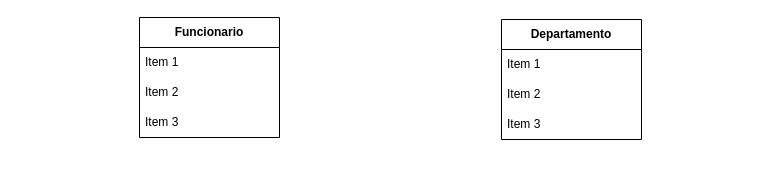
Earlier version of the draw.io diagram BancoDados1/diagramas/XYZ.drawio (jhosephethierry/cursopython). Source tidied: cells renumbered, new cells numbered last; positions are measured from the earlier drawing's top-left corner, leaving out a move shared by most shapes. Both pictures are drawn from the tidied source at 100%, with x=0, y=0 at pixel (139, 17).
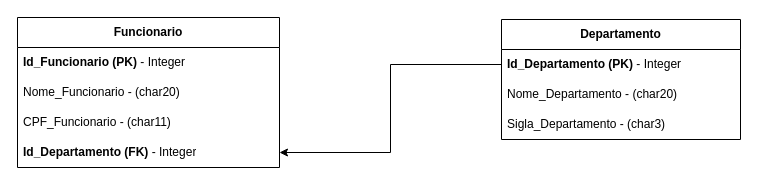
The same page after the edit.

Change to the diagram source:
```diff
@@
 <mxGraphModel>
   <root>
     <mxCell id="0" />
     <mxCell id="1" parent="0" />
     <mxCell id="2" value="&lt;b&gt;Funcionario&lt;/b&gt;" style="swimlane;fontStyle=0;horizontal=1;startSize=30;whiteSpace=wrap;html=1;" parent="1" vertex="1">
-      <mxGeometry width="140" height="120" as="geometry" />
+      <mxGeometry x="-122" width="262" height="150" as="geometry" />
     </mxCell>
-    <mxCell id="3" value="Item 1" style="text;strokeColor=none;fillColor=none;align=left;verticalAlign=middle;spacingLeft=4;spacingRight=4;overflow=hidden;whiteSpace=wrap;html=1;" parent="2" vertex="1">
-      <mxGeometry y="30" width="140" height="30" as="geometry" />
+    <mxCell id="3" value="&lt;b&gt;Id_Funcionario (PK)&lt;/b&gt; - Integer" style="text;strokeColor=none;fillColor=none;align=left;verticalAlign=middle;spacingLeft=4;spacingRight=4;overflow=hidden;whiteSpace=wrap;html=1;" parent="2" vertex="1">
+      <mxGeometry y="30" width="262" height="30" as="geometry" />
     </mxCell>
-    <mxCell id="4" value="Item 2" style="text;strokeColor=none;fillColor=none;align=left;verticalAlign=middle;spacingLeft=4;spacingRight=4;overflow=hidden;whiteSpace=wrap;html=1;" parent="2" vertex="1">
-      <mxGeometry y="60" width="140" height="30" as="geometry" />
+    <mxCell id="4" value="Nome_Funcionario - (char20)" style="text;strokeColor=none;fillColor=none;align=left;verticalAlign=middle;spacingLeft=4;spacingRight=4;overflow=hidden;whiteSpace=wrap;html=1;" parent="2" vertex="1">
+      <mxGeometry y="60" width="262" height="30" as="geometry" />
     </mxCell>
-    <mxCell id="5" value="Item 3" style="text;strokeColor=none;fillColor=none;align=left;verticalAlign=middle;spacingLeft=4;spacingRight=4;overflow=hidden;whiteSpace=wrap;html=1;" parent="2" vertex="1">
-      <mxGeometry y="90" width="140" height="30" as="geometry" />
+    <mxCell id="5" value="CPF_Funcionario - (char11)" style="text;strokeColor=none;fillColor=none;align=left;verticalAlign=middle;spacingLeft=4;spacingRight=4;overflow=hidden;whiteSpace=wrap;html=1;" parent="2" vertex="1">
+      <mxGeometry y="90" width="262" height="30" as="geometry" />
     </mxCell>
+    <mxCell id="10" value="&lt;b&gt;Id_Departamento (FK) &lt;/b&gt;- Integer" style="text;strokeColor=none;fillColor=none;align=left;verticalAlign=middle;spacingLeft=4;spacingRight=4;overflow=hidden;points=[[0,0.5],[1,0.5]];portConstraint=eastwest;whiteSpace=wrap;html=1;" parent="2" vertex="1">
+      <mxGeometry y="120" width="262" height="30" as="geometry" />
+    </mxCell>
     <mxCell id="6" value="&lt;b&gt;Departamento&lt;/b&gt;" style="swimlane;fontStyle=0;horizontal=1;startSize=30;whiteSpace=wrap;html=1;" parent="1" vertex="1">
-      <mxGeometry x="362" y="2" width="140" height="120" as="geometry" />
+      <mxGeometry x="362" y="2" width="239" height="120" as="geometry" />
     </mxCell>
-    <mxCell id="7" value="Item 1" style="text;strokeColor=none;fillColor=none;align=left;verticalAlign=middle;spacingLeft=4;spacingRight=4;overflow=hidden;points=[[0,0.5],[1,0.5]];portConstraint=eastwest;whiteSpace=wrap;html=1;" parent="6" vertex="1">
-      <mxGeometry y="30" width="140" height="30" as="geometry" />
+    <mxCell id="7" value="&lt;b&gt;Id_Departamento (PK)&lt;/b&gt; - Integer" style="text;strokeColor=none;fillColor=none;align=left;verticalAlign=middle;spacingLeft=4;spacingRight=4;overflow=hidden;points=[[0,0.5],[1,0.5]];portConstraint=eastwest;whiteSpace=wrap;html=1;" parent="6" vertex="1">
+      <mxGeometry y="30" width="239" height="30" as="geometry" />
     </mxCell>
-    <mxCell id="8" value="Item 2" style="text;strokeColor=none;fillColor=none;align=left;verticalAlign=middle;spacingLeft=4;spacingRight=4;overflow=hidden;whiteSpace=wrap;html=1;" parent="6" vertex="1">
-      <mxGeometry y="60" width="140" height="30" as="geometry" />
+    <mxCell id="8" value="Nome_Departamento - (char20)" style="text;strokeColor=none;fillColor=none;align=left;verticalAlign=middle;spacingLeft=4;spacingRight=4;overflow=hidden;whiteSpace=wrap;html=1;" parent="6" vertex="1">
+      <mxGeometry y="60" width="239" height="30" as="geometry" />
     </mxCell>
-    <mxCell id="9" value="Item 3" style="text;strokeColor=none;fillColor=none;align=left;verticalAlign=middle;spacingLeft=4;spacingRight=4;overflow=hidden;whiteSpace=wrap;html=1;" parent="6" vertex="1">
-      <mxGeometry y="90" width="140" height="30" as="geometry" />
+    <mxCell id="9" value="Sigla_Departamento - (char3)" style="text;strokeColor=none;fillColor=none;align=left;verticalAlign=middle;spacingLeft=4;spacingRight=4;overflow=hidden;whiteSpace=wrap;html=1;" parent="6" vertex="1">
+      <mxGeometry y="90" width="239" height="30" as="geometry" />
     </mxCell>
+    <mxCell id="11" style="edgeStyle=orthogonalEdgeStyle;rounded=0;jettySize=auto;html=1;exitX=0;exitY=0.5;exitDx=0;exitDy=0;entryX=1;entryY=0.5;entryDx=0;entryDy=0;" parent="1" edge="1" source="7" target="10">
+      <mxGeometry relative="1" as="geometry" />
+    </mxCell>
   </root>
 </mxGraphModel>
```
